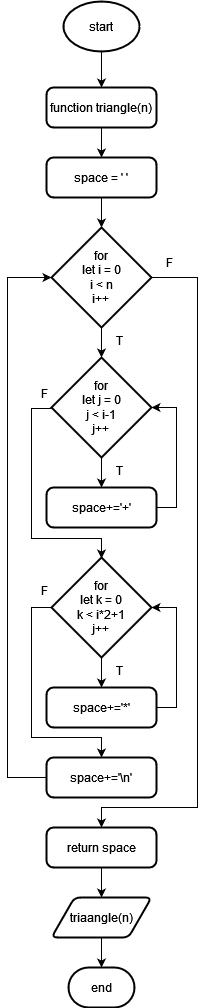
Before: flowchart-diagram/print_triangle_algorithm.drawio.png, a diagram exported from draw.io (Destantomy/Dry-run-algorithm). Source tidied: cells renumbered, new cells last; positions are measured from the earlier drawing's top-left corner, leaving out a move shared by most shapes.
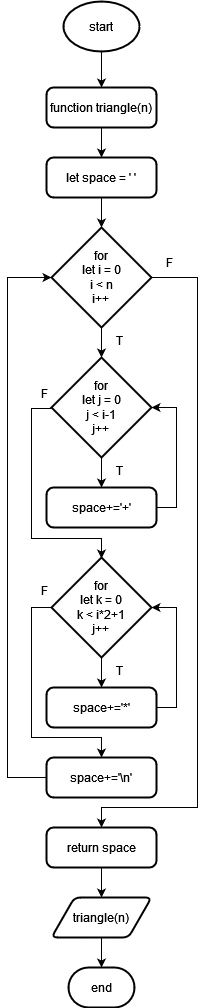
Later version of the same file.

What changed in the source:
```diff
@@ -14,7 +14,7 @@
     <mxCell id="5" value="function triangle(n)" style="rounded=1;whiteSpace=wrap;html=1;absoluteArcSize=1;arcSize=14;strokeWidth=2;strokeColor=#000000;" parent="1" vertex="1">
       <mxGeometry x="39" y="86" width="110" height="40" as="geometry" />
     </mxCell>
-    <mxCell id="6" value="space = ' '" style="rounded=1;whiteSpace=wrap;html=1;absoluteArcSize=1;arcSize=14;strokeWidth=2;strokeColor=#000000;" parent="1" vertex="1">
+    <mxCell id="6" value="let space = ' '" style="rounded=1;whiteSpace=wrap;html=1;absoluteArcSize=1;arcSize=14;strokeWidth=2;strokeColor=#000000;" parent="1" vertex="1">
       <mxGeometry x="39" y="156" width="110" height="40" as="geometry" />
     </mxCell>
     <mxCell id="7" style="edgeStyle=orthogonalEdgeStyle;rounded=0;jettySize=auto;html=1;exitX=1;exitY=0.5;exitDx=0;exitDy=0;exitPerimeter=0;entryX=0.5;entryY=0;entryDx=0;entryDy=0;strokeColor=#000000;" parent="1" edge="1" source="8" target="24">
@@ -96,7 +96,7 @@
     <mxCell id="24" value="return space" style="rounded=1;whiteSpace=wrap;html=1;absoluteArcSize=1;arcSize=14;strokeWidth=2;strokeColor=#000000;" parent="1" vertex="1">
       <mxGeometry x="39" y="826" width="110" height="40" as="geometry" />
     </mxCell>
-    <mxCell id="25" value="triaangle(n)" style="shape=parallelogram;html=1;strokeWidth=2;perimeter=parallelogramPerimeter;whiteSpace=wrap;rounded=1;arcSize=12;size=0.23;strokeColor=#000000;" parent="1" vertex="1">
+    <mxCell id="25" value="triangle(n)" style="shape=parallelogram;html=1;strokeWidth=2;perimeter=parallelogramPerimeter;whiteSpace=wrap;rounded=1;arcSize=12;size=0.23;strokeColor=#000000;" parent="1" vertex="1">
       <mxGeometry x="44" y="896" width="100" height="40" as="geometry" />
     </mxCell>
     <mxCell id="26" value="end" style="strokeWidth=2;html=1;shape=mxgraph.flowchart.terminator;whiteSpace=wrap;strokeColor=#000000;" parent="1" vertex="1">
```
